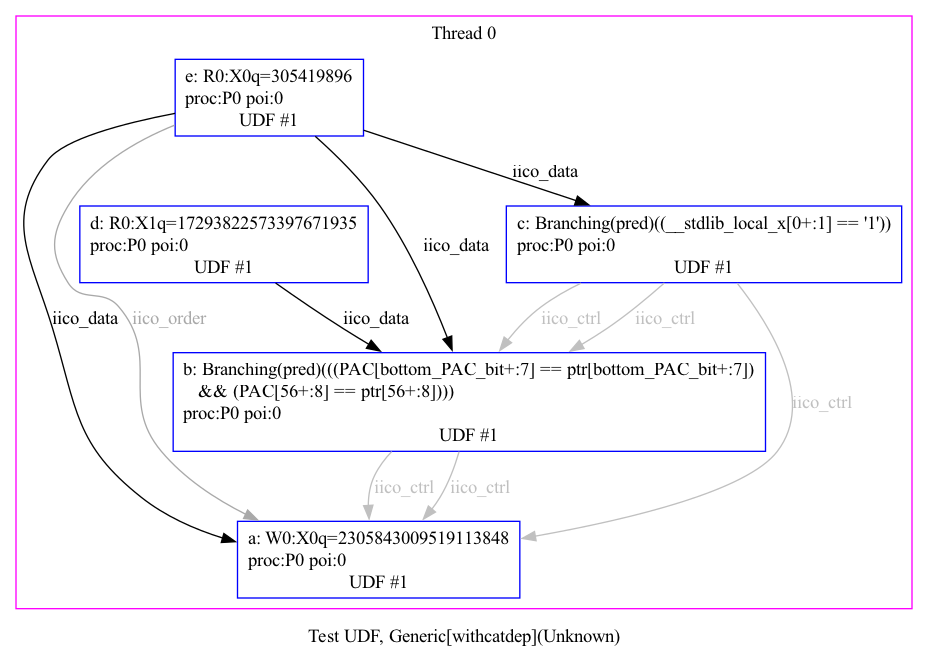
This is pac_tests/notes/pauth1_fail.png from herd/herdtools7, a Graphviz export, as it was before one commit. Its source is kept beside it as pac_tests/notes/pauth1_fail.dot. The source it was exported from:
```dot
digraph G {


/* legend */
label="Test UDF, Generic[withcatdep](Unknown)";


/* the unlocked events */
subgraph cluster_proc0 { rank=sink; label = "Thread 0"; color=magenta; shape=box;
eiid0 [label="a: W0:X0q=2305843009519113848\lproc:P0 poi:0\lUDF #1", shape="box", color="blue"];
eiid1 [label="b: Branching(pred)(((PAC[bottom_PAC_bit+:7] == ptr[bottom_PAC_bit+:7])
   && (PAC[56+:8] == ptr[56+:8])))\lproc:P0 poi:0\lUDF #1", shape="box", color="blue"];
eiid2 [label="c: Branching(pred)((__stdlib_local_x[0+:1] == '1'))\lproc:P0 poi:0\lUDF #1", shape="box", color="blue"];
eiid3 [label="d: R0:X1q=17293822573397671935\lproc:P0 poi:0\lUDF #1", shape="box", color="blue"];
eiid4 [label="e: R0:X0q=305419896\lproc:P0 poi:0\lUDF #1", shape="box", color="blue"];
}

/* the intra_causality_data edges */

eiid3 -> eiid1 [label="iico_data", color="black", fontcolor="black"];
eiid4 -> eiid0 [label="iico_data", color="black", fontcolor="black"];
eiid4 -> eiid1 [label="iico_data", color="black", fontcolor="black"];
eiid4 -> eiid2 [label="iico_data", color="black", fontcolor="black"];

/* the intra_causality_control edges */
eiid1 -> eiid0 [label="iico_ctrl", color="grey", fontcolor="grey"];
eiid2 -> eiid0 [label="iico_ctrl", color="grey", fontcolor="grey"];
eiid2 -> eiid1 [label="iico_ctrl", color="grey", fontcolor="grey"];
eiid4 -> eiid0 [label="iico_order", color="darkgrey", fontcolor="darkgrey"];

/* the poi edges */
/* the rfmap edges */


/* The viewed-before edges */
eiid1 -> eiid0 [label="iico_ctrl", color="grey", fontcolor="grey"];
eiid2 -> eiid1 [label="iico_ctrl", color="grey", fontcolor="grey"];
}
```
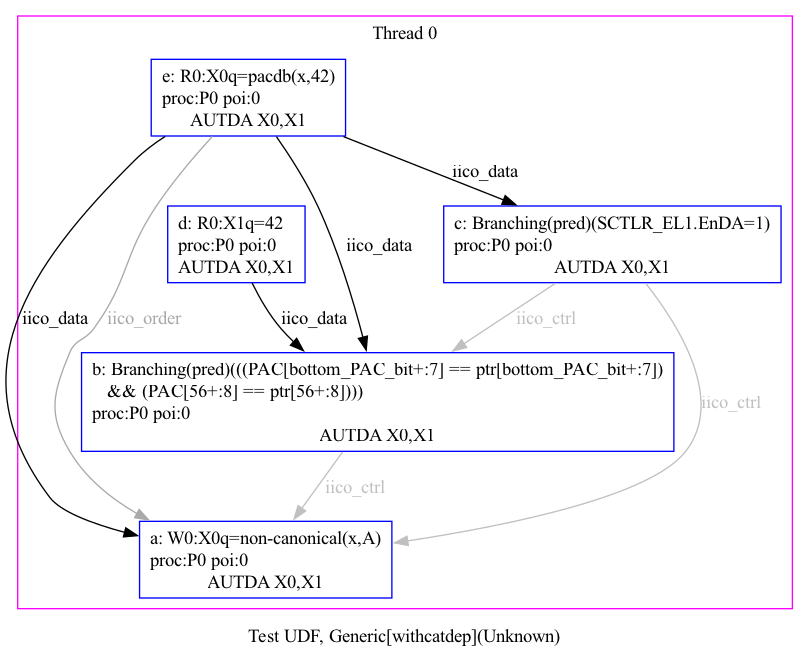
The same file after the commit.

The edit, as a diff of the source:
```diff
@@ -7,12 +7,12 @@
 
 /* the unlocked events */
 subgraph cluster_proc0 { rank=sink; label = "Thread 0"; color=magenta; shape=box;
-eiid0 [label="a: W0:X0q=2305843009519113848\lproc:P0 poi:0\lUDF #1", shape="box", color="blue"];
+eiid0 [label="a: W0:X0q=non-canonical(x,A)\lproc:P0 poi:0\lAUTDA X0,X1", shape="box", color="blue"];
 eiid1 [label="b: Branching(pred)(((PAC[bottom_PAC_bit+:7] == ptr[bottom_PAC_bit+:7])
-   && (PAC[56+:8] == ptr[56+:8])))\lproc:P0 poi:0\lUDF #1", shape="box", color="blue"];
-eiid2 [label="c: Branching(pred)((__stdlib_local_x[0+:1] == '1'))\lproc:P0 poi:0\lUDF #1", shape="box", color="blue"];
-eiid3 [label="d: R0:X1q=17293822573397671935\lproc:P0 poi:0\lUDF #1", shape="box", color="blue"];
-eiid4 [label="e: R0:X0q=305419896\lproc:P0 poi:0\lUDF #1", shape="box", color="blue"];
+   && (PAC[56+:8] == ptr[56+:8])))\lproc:P0 poi:0\lAUTDA X0,X1", shape="box", color="blue"];
+eiid2 [label="c: Branching(pred)(SCTLR_EL1.EnDA=1)\lproc:P0 poi:0\lAUTDA X0,X1", shape="box", color="blue"];
+eiid3 [label="d: R0:X1q=42\lproc:P0 poi:0\lAUTDA X0,X1", shape="box", color="blue"];
+eiid4 [label="e: R0:X0q=pacdb(x,42)\lproc:P0 poi:0\lAUTDA X0,X1", shape="box", color="blue"];
 }
 
 /* the intra_causality_data edges */
@@ -27,12 +27,4 @@
 eiid2 -> eiid0 [label="iico_ctrl", color="grey", fontcolor="grey"];
 eiid2 -> eiid1 [label="iico_ctrl", color="grey", fontcolor="grey"];
 eiid4 -> eiid0 [label="iico_order", color="darkgrey", fontcolor="darkgrey"];
-
-/* the poi edges */
-/* the rfmap edges */
-
-
-/* The viewed-before edges */
-eiid1 -> eiid0 [label="iico_ctrl", color="grey", fontcolor="grey"];
-eiid2 -> eiid1 [label="iico_ctrl", color="grey", fontcolor="grey"];
 }
```
